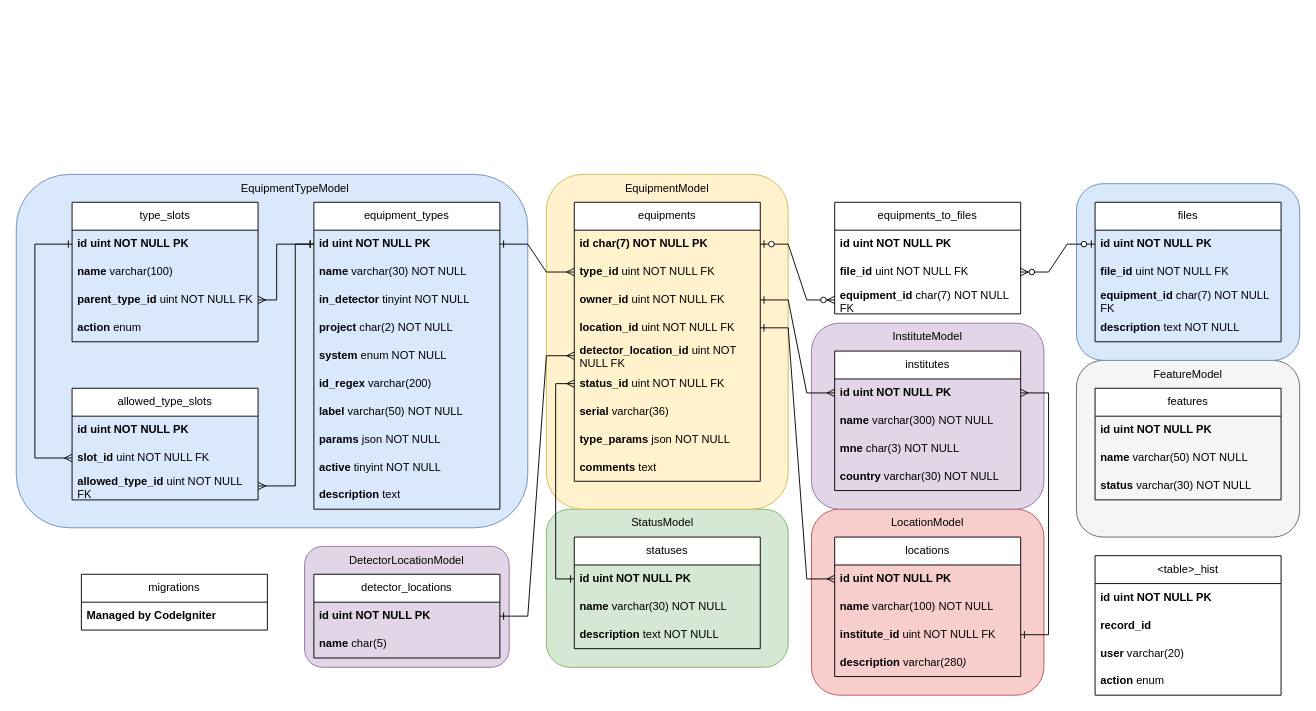
Above: diagrams/db_erd.drawio in gustavolibotte/tilecal-db (draw.io), before the change. Source tidied: cells renumbered, new cells numbered last; positions are measured from the earlier drawing's top-left corner, leaving out a move shared by most shapes. Both pictures are drawn from the tidied source at 93%, with x=0, y=0 at pixel (16, 174).
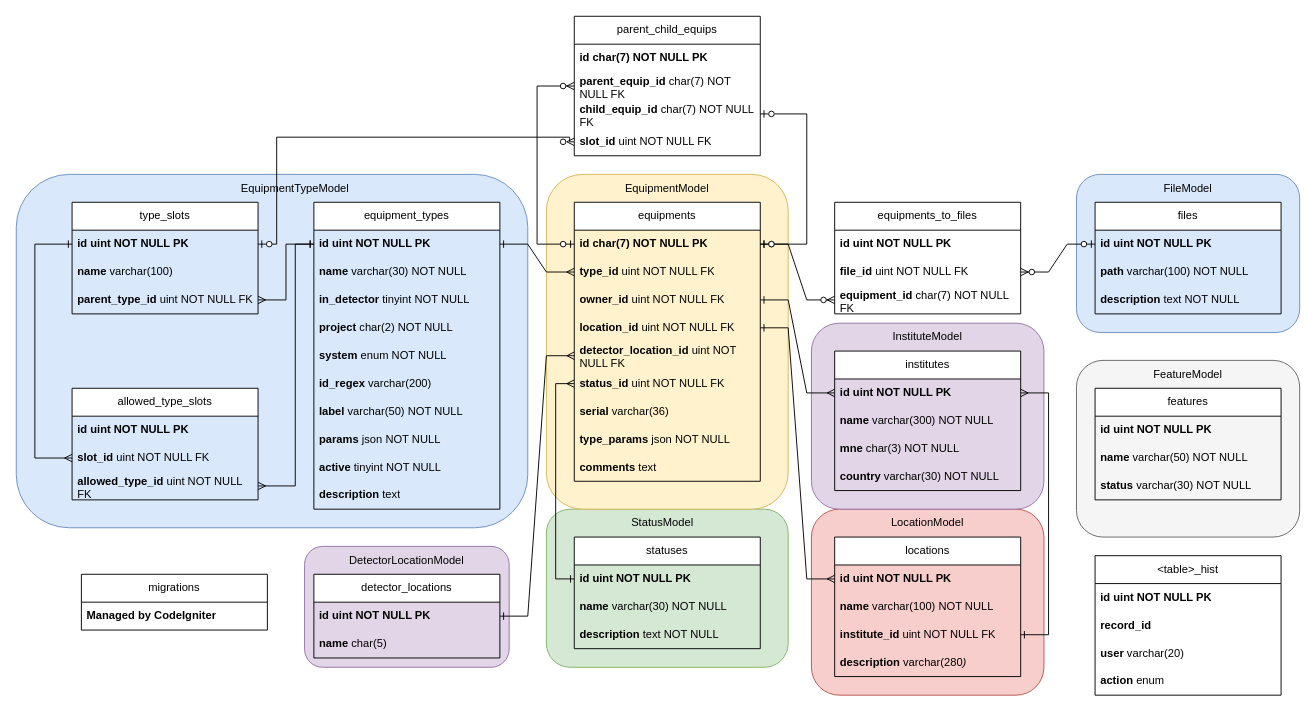
The same diagram, later.

The change refers to these unchanged cells:
```xml
<mxCell id="11" value="&lt;b&gt;id char(7) NOT NULL PK&lt;/b&gt;" style="text;strokeColor=none;fillColor=none;align=left;verticalAlign=middle;spacingLeft=4;spacingRight=4;overflow=hidden;points=[[0,0.5],[1,0.5]];portConstraint=eastwest;whiteSpace=wrap;html=1;" parent="10" vertex="1">
  <mxGeometry y="30" width="200" height="30" as="geometry" />
</mxCell>
<mxCell id="32" value="&lt;b&gt;id uint NOT NULL PK&lt;/b&gt;" style="text;strokeColor=none;fillColor=none;align=left;verticalAlign=middle;spacingLeft=4;spacingRight=4;overflow=hidden;points=[[0,0.5],[1,0.5]];portConstraint=eastwest;whiteSpace=wrap;html=1;" parent="31" vertex="1">
  <mxGeometry y="30" width="200" height="30" as="geometry" />
</mxCell>
<mxCell id="75" value="&lt;b&gt;id uint NOT NULL PK&lt;/b&gt;" style="text;strokeColor=none;fillColor=none;align=left;verticalAlign=middle;spacingLeft=4;spacingRight=4;overflow=hidden;points=[[0,0.5],[1,0.5]];portConstraint=eastwest;whiteSpace=wrap;html=1;" parent="74" vertex="1">
  <mxGeometry y="30" width="200" height="30" as="geometry" />
</mxCell>
<mxCell id="77" value="&lt;b&gt;parent_type_id&lt;/b&gt;&amp;nbsp;uint NOT NULL FK" style="text;strokeColor=none;fillColor=none;align=left;verticalAlign=middle;spacingLeft=4;spacingRight=4;overflow=hidden;points=[[0,0.5],[1,0.5]];portConstraint=eastwest;whiteSpace=wrap;html=1;" parent="74" vertex="1">
  <mxGeometry y="90" width="200" height="30" as="geometry" />
</mxCell>
```

Diff of the diagram source:
```diff
@@
     <mxCell id="4" style="rounded=1;whiteSpace=wrap;html=1;fillColor=#dae8fc;strokeColor=#6c8ebf;" parent="1" vertex="1">
-      <mxGeometry x="1140" y="10" width="240" height="190" as="geometry" />
+      <mxGeometry x="1140" width="240" height="170" as="geometry" />
     </mxCell>
@@
     <mxCell id="25" value="files" style="swimlane;fontStyle=0;horizontal=1;startSize=30;whiteSpace=wrap;html=1;" parent="1" vertex="1">
-      <mxGeometry x="1160" y="30" width="200" height="150" as="geometry" />
+      <mxGeometry x="1160" y="30" width="200" height="120" as="geometry" />
     </mxCell>
@@
-    <mxCell id="27" value="&lt;b&gt;file_id &lt;/b&gt;uint NOT NULL FK" style="text;strokeColor=none;fillColor=none;align=left;verticalAlign=middle;spacingLeft=4;spacingRight=4;overflow=hidden;whiteSpace=wrap;html=1;" parent="25" vertex="1">
+    <mxCell id="27" value="&lt;b&gt;path &lt;/b&gt;varchar(100) NOT NULL" style="text;strokeColor=none;fillColor=none;align=left;verticalAlign=middle;spacingLeft=4;spacingRight=4;overflow=hidden;whiteSpace=wrap;html=1;" parent="25" vertex="1">
       <mxGeometry y="60" width="200" height="30" as="geometry" />
     </mxCell>
-    <mxCell id="28" value="&lt;b&gt;equipment_id&lt;/b&gt;&amp;nbsp;char(7) NOT NULL FK" style="text;strokeColor=none;fillColor=none;align=left;verticalAlign=middle;spacingLeft=4;spacingRight=4;overflow=hidden;whiteSpace=wrap;html=1;" parent="25" vertex="1">
+    <mxCell id="28" value="&lt;b&gt;description&lt;/b&gt;&amp;nbsp;text NOT NULL" style="text;strokeColor=none;fillColor=none;align=left;verticalAlign=middle;spacingLeft=4;spacingRight=4;overflow=hidden;whiteSpace=wrap;html=1;" parent="25" vertex="1">
       <mxGeometry y="90" width="200" height="30" as="geometry" />
     </mxCell>
-    <mxCell id="29" value="&lt;b&gt;description &lt;/b&gt;text NOT NULL" style="text;strokeColor=none;fillColor=none;align=left;verticalAlign=middle;spacingLeft=4;spacingRight=4;overflow=hidden;whiteSpace=wrap;html=1;" parent="25" vertex="1">
-      <mxGeometry y="120" width="200" height="30" as="geometry" />
-    </mxCell>
@@
     <mxCell id="74" value="type_slots" style="swimlane;fontStyle=0;horizontal=1;startSize=30;whiteSpace=wrap;html=1;" parent="1" vertex="1">
-      <mxGeometry x="60" y="30" width="200" height="150" as="geometry" />
+      <mxGeometry x="60" y="30" width="200" height="120" as="geometry" />
     </mxCell>
@@
-    <mxCell id="78" value="&lt;b&gt;action&lt;/b&gt;&amp;nbsp;enum" style="text;strokeColor=none;fillColor=none;align=left;verticalAlign=middle;spacingLeft=4;spacingRight=4;overflow=hidden;whiteSpace=wrap;html=1;" parent="74" vertex="1">
-      <mxGeometry y="120" width="200" height="30" as="geometry" />
-    </mxCell>
     <mxCell id="79" style="edgeStyle=elbowEdgeStyle;fontSize=12;html=1;endArrow=ERmany;startArrow=ERone;rounded=0;exitX=0;exitY=0.5;exitDx=0;exitDy=0;entryX=1;entryY=0.5;entryDx=0;entryDy=0;startFill=0;endFill=0;" parent="1" edge="1" source="32" target="77">
       <mxGeometry relative="1" as="geometry">
         <Array as="points">
-          <mxPoint x="280" y="100" />
+          <mxPoint x="290" y="110" />
         </Array>
       </mxGeometry>
     </mxCell>
@@
+    <mxCell id="95" value="FileModel" style="text;html=1;strokeColor=none;fillColor=none;align=center;verticalAlign=middle;whiteSpace=wrap;rounded=0;" parent="1" vertex="1">
+      <mxGeometry x="1230" width="60" height="30" as="geometry" />
+    </mxCell>
+    <mxCell id="96" value="parent_child_equips" style="swimlane;fontStyle=0;horizontal=1;startSize=30;whiteSpace=wrap;html=1;" parent="1" vertex="1">
+      <mxGeometry x="600" y="-170" width="200" height="150" as="geometry" />
+    </mxCell>
+    <mxCell id="97" value="&lt;b&gt;id char(7) NOT NULL PK&lt;/b&gt;" style="text;strokeColor=none;fillColor=none;align=left;verticalAlign=middle;spacingLeft=4;spacingRight=4;overflow=hidden;whiteSpace=wrap;html=1;" parent="96" vertex="1">
+      <mxGeometry y="30" width="200" height="30" as="geometry" />
+    </mxCell>
+    <mxCell id="98" value="&lt;b&gt;parent_equip_id &lt;/b&gt;char(7) NOT NULL FK" style="text;strokeColor=none;fillColor=none;align=left;verticalAlign=middle;spacingLeft=4;spacingRight=4;overflow=hidden;points=[[0,0.5],[1,0.5]];portConstraint=eastwest;whiteSpace=wrap;html=1;" parent="96" vertex="1">
+      <mxGeometry y="60" width="200" height="30" as="geometry" />
+    </mxCell>
+    <mxCell id="99" value="&lt;b&gt;child_equip_id &lt;/b&gt;char(7) NOT NULL FK" style="text;strokeColor=none;fillColor=none;align=left;verticalAlign=middle;spacingLeft=4;spacingRight=4;overflow=hidden;points=[[0,0.5],[1,0.5]];portConstraint=eastwest;whiteSpace=wrap;html=1;" parent="96" vertex="1">
+      <mxGeometry y="90" width="200" height="30" as="geometry" />
+    </mxCell>
+    <mxCell id="100" value="&lt;b&gt;slot_id &lt;/b&gt;uint NOT NULL FK" style="text;strokeColor=none;fillColor=none;align=left;verticalAlign=middle;spacingLeft=4;spacingRight=4;overflow=hidden;points=[[0,0.5],[1,0.5]];portConstraint=eastwest;whiteSpace=wrap;html=1;" parent="96" vertex="1">
+      <mxGeometry y="120" width="200" height="30" as="geometry" />
+    </mxCell>
+    <mxCell id="101" style="edgeStyle=elbowEdgeStyle;fontSize=12;html=1;endArrow=ERzeroToMany;startArrow=ERzeroToOne;rounded=0;exitX=0;exitY=0.5;exitDx=0;exitDy=0;entryX=0;entryY=0.5;entryDx=0;entryDy=0;" parent="1" edge="1" source="11" target="98">
+      <mxGeometry relative="1" as="geometry">
+        <Array as="points">
+          <mxPoint x="560" y="-30" />
+        </Array>
+      </mxGeometry>
+    </mxCell>
+    <mxCell id="102" style="edgeStyle=elbowEdgeStyle;fontSize=12;html=1;endArrow=ERzeroToOne;startArrow=ERzeroToOne;rounded=0;exitX=1;exitY=0.5;exitDx=0;exitDy=0;entryX=1;entryY=0.5;entryDx=0;entryDy=0;endFill=0;" parent="1" edge="1" source="11" target="99">
+      <mxGeometry relative="1" as="geometry">
+        <Array as="points">
+          <mxPoint x="850" />
+        </Array>
+      </mxGeometry>
+    </mxCell>
+    <mxCell id="103" style="edgeStyle=orthogonalEdgeStyle;fontSize=12;html=1;endArrow=ERzeroToMany;startArrow=ERzeroToOne;rounded=0;exitX=1;exitY=0.5;exitDx=0;exitDy=0;entryX=0;entryY=0.5;entryDx=0;entryDy=0;" parent="1" edge="1" source="75" target="100">
+      <mxGeometry relative="1" as="geometry">
+        <Array as="points">
+          <mxPoint x="280" y="75" />
+          <mxPoint x="280" y="-40" />
+          <mxPoint x="595" y="-40" />
+        </Array>
+      </mxGeometry>
+    </mxCell>
```
